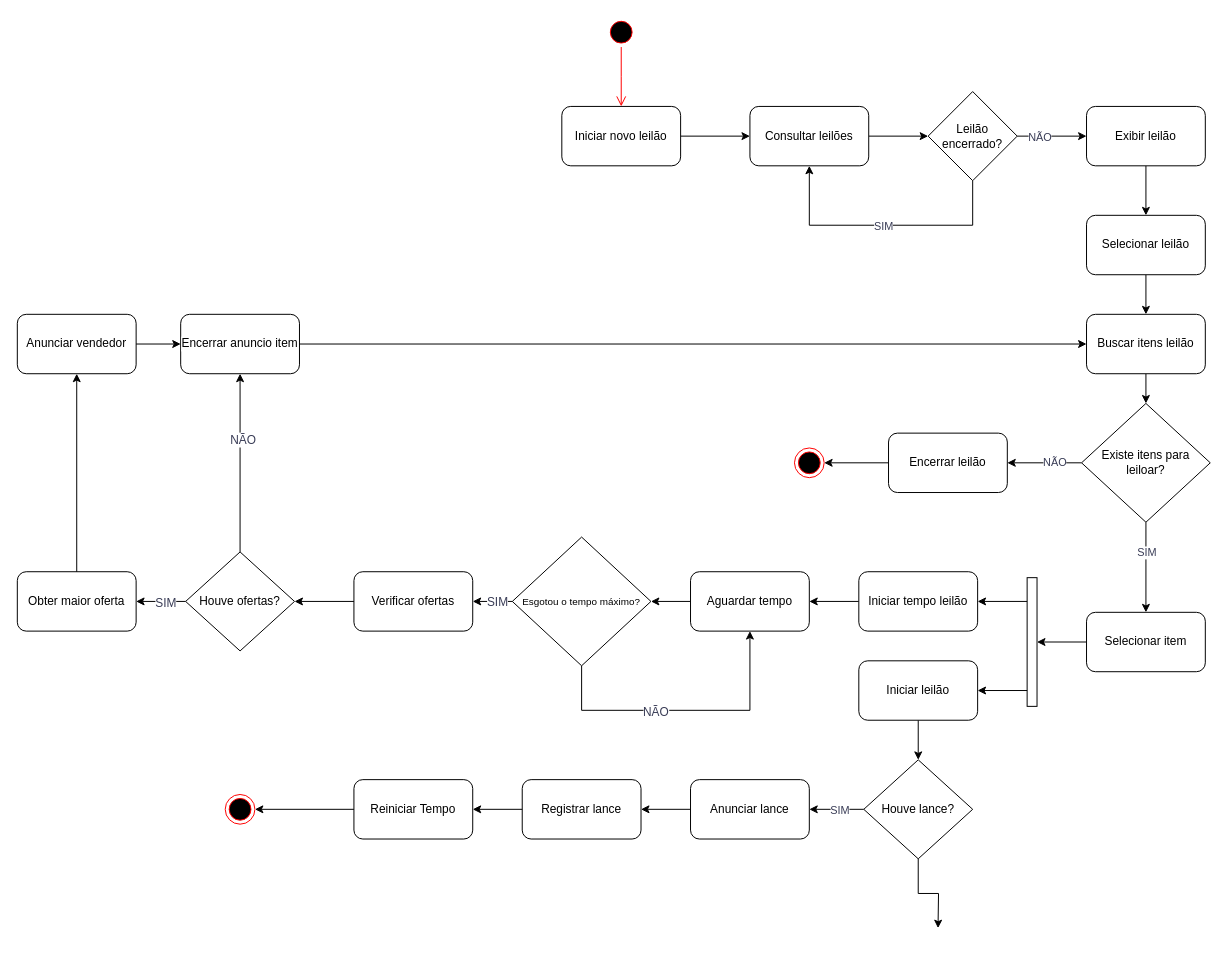
The draw.io diagram at07.drawio in lucaspercisi/UFFS, before the edit. Source tidied: cells renumbered, new cells numbered last; positions are measured from the earlier drawing's top-left corner, leaving out a move shared by most shapes. Both pictures are drawn from the tidied source at 99%, with x=0, y=0 at pixel (17, 17).
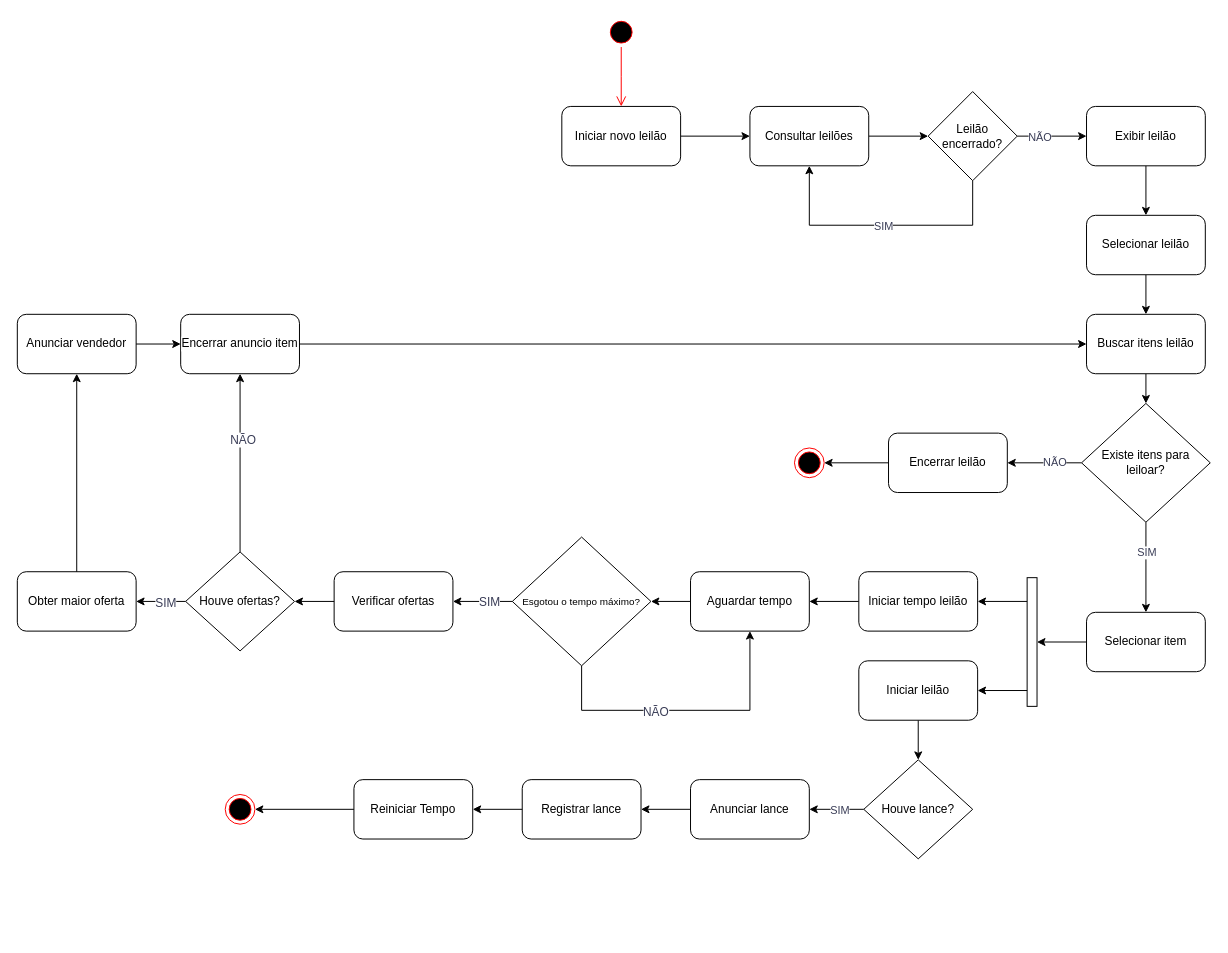
Above is the later version.

Unchanged cells that the change refers to:
```xml
<mxCell id="46" value="Houve lance?" style="rhombus;whiteSpace=wrap;html=1;labelBackgroundColor=default;strokeColor=inherit;strokeWidth=1;fontFamily=Helvetica;fontSize=12;fontColor=rgb(0, 0, 0);fillColor=none;" parent="1" vertex="1">
  <mxGeometry x="855" y="750" width="110" height="100" as="geometry" />
</mxCell>
```

Change to the diagram source:
```diff
@@
     <mxCell id="37" value="Verificar ofertas" style="rounded=1;whiteSpace=wrap;html=1;labelBackgroundColor=default;strokeColor=inherit;strokeWidth=1;fontFamily=Helvetica;fontSize=12;fontColor=rgb(0, 0, 0);fillColor=none;" parent="1" vertex="1">
-      <mxGeometry x="340" y="560" width="120" height="60" as="geometry" />
+      <mxGeometry x="320" y="560" width="120" height="60" as="geometry" />
     </mxCell>
@@
-    <mxCell id="45" style="edgeStyle=orthogonalEdgeStyle;rounded=0;jettySize=auto;html=1;exitX=0.5;exitY=1;exitDx=0;exitDy=0;strokeColor=#000000;fontSize=12;fontColor=#393C56;fillColor=#F2CC8F;" parent="1" edge="1" source="46">
-      <mxGeometry relative="1" as="geometry">
-        <mxPoint x="930" y="920" as="targetPoint" />
-      </mxGeometry>
-    </mxCell>
```
